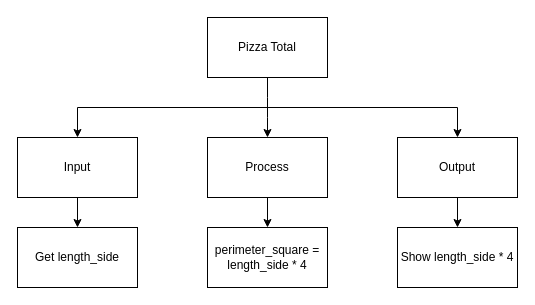
Earlier version of the draw.io diagram Draw.io/topdown.drawio (Peter-Gemmell/ICS3U-Assignment-6-Python). Source tidied: cells renumbered, new cells numbered last; positions are measured from the earlier drawing's top-left corner, leaving out a move shared by most shapes. Both pictures are drawn from the tidied source at 100%, with x=0, y=0 at pixel (17, 17).
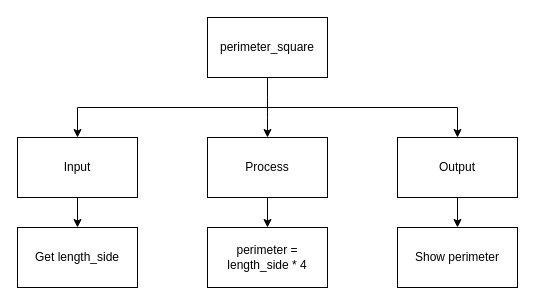
The same page after the edit.

What changed in the source:
```diff
@@
 <mxGraphModel>
   <root>
     <mxCell id="0" />
     <mxCell id="1" parent="0" />
     <mxCell id="2" style="edgeStyle=none;html=1;exitX=0.5;exitY=1;exitDx=0;exitDy=0;" parent="1" edge="1" source="5" target="9">
       <mxGeometry relative="1" as="geometry">
         <Array as="points">
           <mxPoint x="250" y="90" />
         </Array>
       </mxGeometry>
     </mxCell>
     <mxCell id="3" style="edgeStyle=none;html=1;entryX=0.5;entryY=0;entryDx=0;entryDy=0;rounded=0;" parent="1" edge="1" target="11">
       <mxGeometry relative="1" as="geometry">
         <mxPoint x="250" y="90" as="sourcePoint" />
         <Array as="points">
           <mxPoint x="440" y="90" />
         </Array>
       </mxGeometry>
     </mxCell>
     <mxCell id="4" style="edgeStyle=none;rounded=0;html=1;entryX=0.5;entryY=0;entryDx=0;entryDy=0;" parent="1" edge="1" target="7">
       <mxGeometry relative="1" as="geometry">
         <mxPoint x="250" y="90" as="sourcePoint" />
         <Array as="points">
           <mxPoint x="60" y="90" />
         </Array>
       </mxGeometry>
     </mxCell>
-    <mxCell id="5" value="Pizza Total" style="rounded=0;whiteSpace=wrap;html=1;" parent="1" vertex="1">
+    <mxCell id="5" value="perimeter_square" style="rounded=0;whiteSpace=wrap;html=1;" parent="1" vertex="1">
       <mxGeometry x="190" width="120" height="60" as="geometry" />
     </mxCell>
     <mxCell id="6" style="edgeStyle=none;rounded=0;html=1;" parent="1" edge="1" source="7" target="12">
       <mxGeometry relative="1" as="geometry" />
     </mxCell>
     <mxCell id="7" value="Input" style="rounded=0;whiteSpace=wrap;html=1;" parent="1" vertex="1">
       <mxGeometry y="120" width="120" height="60" as="geometry" />
     </mxCell>
     <mxCell id="8" style="edgeStyle=none;rounded=0;html=1;" parent="1" edge="1" source="9" target="14">
       <mxGeometry relative="1" as="geometry" />
     </mxCell>
     <mxCell id="9" value="Process" style="rounded=0;whiteSpace=wrap;html=1;" parent="1" vertex="1">
       <mxGeometry x="190" y="120" width="120" height="60" as="geometry" />
     </mxCell>
     <mxCell id="10" style="edgeStyle=none;rounded=0;html=1;" parent="1" edge="1" source="11" target="13">
       <mxGeometry relative="1" as="geometry" />
     </mxCell>
     <mxCell id="11" value="Output" style="rounded=0;whiteSpace=wrap;html=1;" parent="1" vertex="1">
       <mxGeometry x="380" y="120" width="120" height="60" as="geometry" />
     </mxCell>
     <mxCell id="12" value="Get length_side" style="rounded=0;whiteSpace=wrap;html=1;" parent="1" vertex="1">
       <mxGeometry y="210" width="120" height="60" as="geometry" />
     </mxCell>
-    <mxCell id="13" value="Show length_side * 4" style="rounded=0;whiteSpace=wrap;html=1;" parent="1" vertex="1">
+    <mxCell id="13" value="Show perimeter" style="rounded=0;whiteSpace=wrap;html=1;" parent="1" vertex="1">
       <mxGeometry x="380" y="210" width="120" height="60" as="geometry" />
     </mxCell>
-    <mxCell id="14" value="perimeter_square = length_side * 4" style="rounded=0;whiteSpace=wrap;html=1;" parent="1" vertex="1">
+    <mxCell id="14" value="perimeter = length_side * 4" style="rounded=0;whiteSpace=wrap;html=1;" parent="1" vertex="1">
       <mxGeometry x="190" y="210" width="120" height="60" as="geometry" />
     </mxCell>
   </root>
 </mxGraphModel>
```
